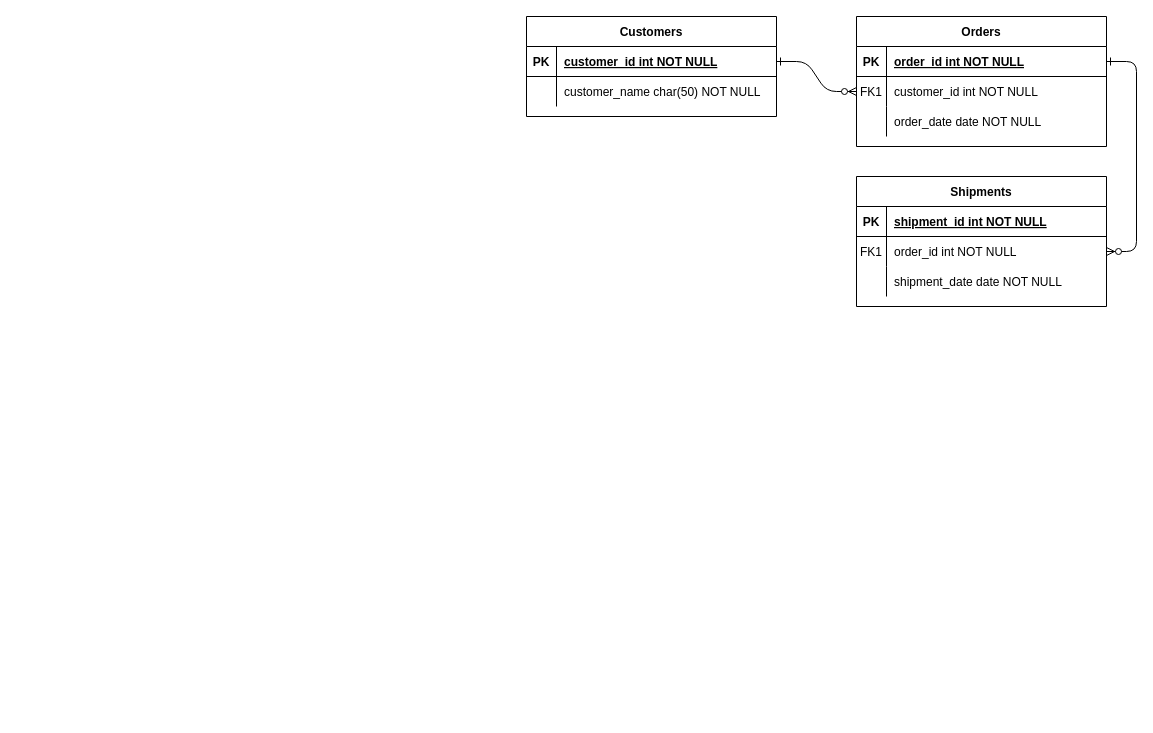
Before: Final_Project.drawio in machupichu412/SI564_ERDs, a draw.io diagram. Source tidied: cells renumbered, new cells numbered last; positions are measured from the earlier drawing's top-left corner, leaving out a move shared by most shapes. Both pictures are drawn from the tidied source at 100%, with x=0, y=0 at pixel (526, 16).
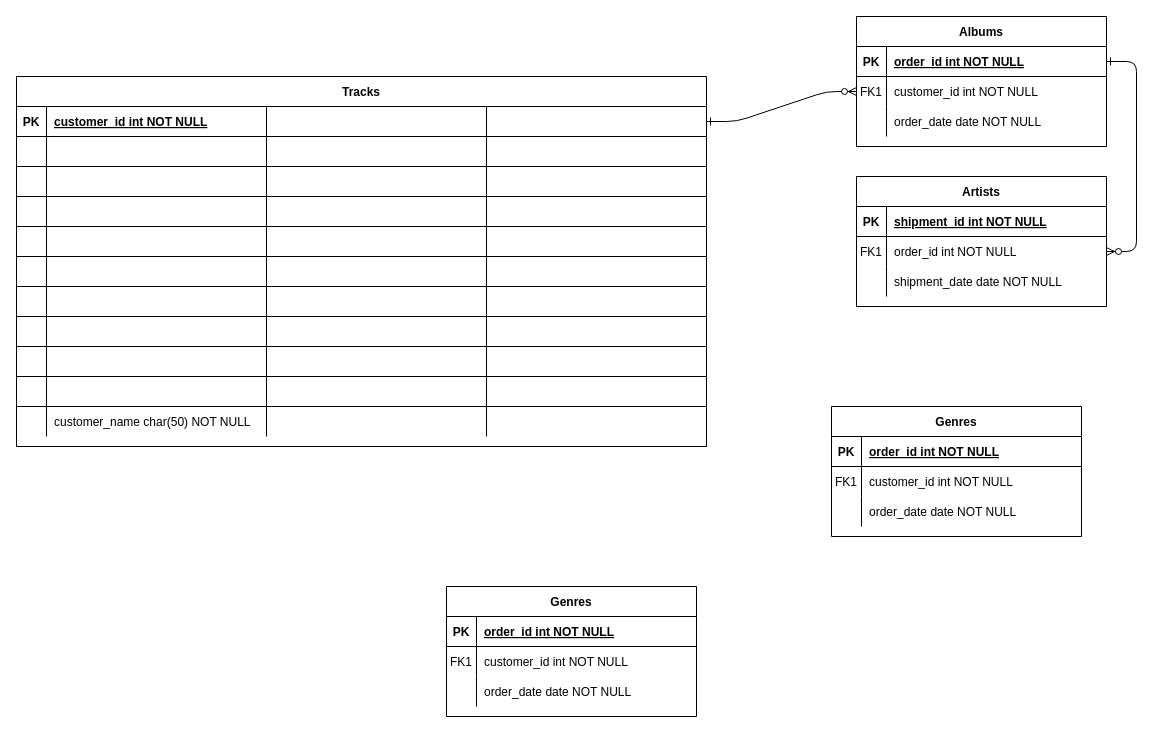
Above is the later version.

What changed in the source:
```diff
@@
-    <mxCell id="4" value="Orders" style="shape=table;startSize=30;childLayout=tableLayout;rowLines=0;fontStyle=1;align=center;" parent="1" vertex="1">
+    <mxCell id="4" value="Albums" style="shape=table;startSize=30;childLayout=tableLayout;rowLines=0;fontStyle=1;align=center;" parent="1" vertex="1">
       <mxGeometry x="330" width="250" height="130" as="geometry" />
     </mxCell>
@@
-    <mxCell id="14" value="Shipments" style="shape=table;startSize=30;childLayout=tableLayout;rowLines=0;fontStyle=1;align=center;" parent="1" vertex="1">
+    <mxCell id="14" value="Artists" style="shape=table;startSize=30;childLayout=tableLayout;rowLines=0;fontStyle=1;align=center;" parent="1" vertex="1">
       <mxGeometry x="330" y="160" width="250" height="130" as="geometry" />
     </mxCell>
@@
-    <mxCell id="24" value="Customers" style="shape=table;startSize=30;childLayout=tableLayout;rowLines=0;fontStyle=1;align=center;" parent="1" vertex="1">
-      <mxGeometry width="250" height="100" as="geometry" />
+    <mxCell id="24" value="Tracks" style="shape=table;startSize=30;childLayout=tableLayout;rowLines=0;fontStyle=1;align=center;" parent="1" vertex="1">
+      <mxGeometry x="-510" y="60" width="690" height="370" as="geometry" />
     </mxCell>
     <mxCell id="25" style="shape=partialRectangle;fillColor=none;points=[[0,0.5],[1,0.5]];portConstraint=eastwest;top=0;left=0;right=0;bottom=1;" parent="24" vertex="1">
-      <mxGeometry y="30" width="250" height="30" as="geometry" />
+      <mxGeometry y="30" width="690" height="30" as="geometry" />
     </mxCell>
@@
+    <mxCell id="31" style="shape=partialRectangle;overflow=hidden;fillColor=none;top=0;left=0;bottom=0;right=0;align=left;spacingLeft=6;fontStyle=5;" parent="25" vertex="1">
+      <mxGeometry x="250" width="220" height="30" as="geometry" />
+    </mxCell>
+    <mxCell id="32" style="shape=partialRectangle;overflow=hidden;fillColor=none;top=0;left=0;bottom=0;right=0;align=left;spacingLeft=6;fontStyle=5;" parent="25" vertex="1">
+      <mxGeometry x="470" width="220" height="30" as="geometry" />
+    </mxCell>
+    <mxCell id="33" style="shape=partialRectangle;fillColor=none;top=0;left=0;right=0;bottom=1;" parent="24" vertex="1">
+      <mxGeometry y="60" width="690" height="30" as="geometry" />
+    </mxCell>
+    <mxCell id="34" style="shape=partialRectangle;overflow=hidden;fillColor=none;top=0;left=0;bottom=0;right=0;fontStyle=1;" parent="33" vertex="1">
+      <mxGeometry width="30" height="30" as="geometry" />
+    </mxCell>
+    <mxCell id="35" style="shape=partialRectangle;overflow=hidden;fillColor=none;top=0;left=0;bottom=0;right=0;align=left;spacingLeft=6;fontStyle=5;" parent="33" vertex="1">
+      <mxGeometry x="30" width="220" height="30" as="geometry" />
+    </mxCell>
+    <mxCell id="36" style="shape=partialRectangle;overflow=hidden;fillColor=none;top=0;left=0;bottom=0;right=0;align=left;spacingLeft=6;fontStyle=5;" parent="33" vertex="1">
+      <mxGeometry x="250" width="220" height="30" as="geometry" />
+    </mxCell>
+    <mxCell id="37" style="shape=partialRectangle;overflow=hidden;fillColor=none;top=0;left=0;bottom=0;right=0;align=left;spacingLeft=6;fontStyle=5;" parent="33" vertex="1">
+      <mxGeometry x="470" width="220" height="30" as="geometry" />
+    </mxCell>
+    <mxCell id="38" style="shape=partialRectangle;fillColor=none;top=0;left=0;right=0;bottom=1;" parent="24" vertex="1">
+      <mxGeometry y="90" width="690" height="30" as="geometry" />
+    </mxCell>
+    <mxCell id="39" style="shape=partialRectangle;overflow=hidden;fillColor=none;top=0;left=0;bottom=0;right=0;fontStyle=1;" parent="38" vertex="1">
+      <mxGeometry width="30" height="30" as="geometry" />
+    </mxCell>
+    <mxCell id="40" style="shape=partialRectangle;overflow=hidden;fillColor=none;top=0;left=0;bottom=0;right=0;align=left;spacingLeft=6;fontStyle=5;" parent="38" vertex="1">
+      <mxGeometry x="30" width="220" height="30" as="geometry" />
+    </mxCell>
+    <mxCell id="41" style="shape=partialRectangle;overflow=hidden;fillColor=none;top=0;left=0;bottom=0;right=0;align=left;spacingLeft=6;fontStyle=5;" parent="38" vertex="1">
+      <mxGeometry x="250" width="220" height="30" as="geometry" />
+    </mxCell>
+    <mxCell id="42" style="shape=partialRectangle;overflow=hidden;fillColor=none;top=0;left=0;bottom=0;right=0;align=left;spacingLeft=6;fontStyle=5;" parent="38" vertex="1">
+      <mxGeometry x="470" width="220" height="30" as="geometry" />
+    </mxCell>
+    <mxCell id="43" style="shape=partialRectangle;fillColor=none;top=0;left=0;right=0;bottom=1;" parent="24" vertex="1">
+      <mxGeometry y="120" width="690" height="30" as="geometry" />
+    </mxCell>
+    <mxCell id="44" style="shape=partialRectangle;overflow=hidden;fillColor=none;top=0;left=0;bottom=0;right=0;fontStyle=1;" parent="43" vertex="1">
+      <mxGeometry width="30" height="30" as="geometry" />
+    </mxCell>
+    <mxCell id="45" style="shape=partialRectangle;overflow=hidden;fillColor=none;top=0;left=0;bottom=0;right=0;align=left;spacingLeft=6;fontStyle=5;" parent="43" vertex="1">
+      <mxGeometry x="30" width="220" height="30" as="geometry" />
+    </mxCell>
+    <mxCell id="46" style="shape=partialRectangle;overflow=hidden;fillColor=none;top=0;left=0;bottom=0;right=0;align=left;spacingLeft=6;fontStyle=5;" parent="43" vertex="1">
+      <mxGeometry x="250" width="220" height="30" as="geometry" />
+    </mxCell>
+    <mxCell id="47" style="shape=partialRectangle;overflow=hidden;fillColor=none;top=0;left=0;bottom=0;right=0;align=left;spacingLeft=6;fontStyle=5;" parent="43" vertex="1">
+      <mxGeometry x="470" width="220" height="30" as="geometry" />
+    </mxCell>
+    <mxCell id="48" style="shape=partialRectangle;fillColor=none;top=0;left=0;right=0;bottom=1;" parent="24" vertex="1">
+      <mxGeometry y="150" width="690" height="30" as="geometry" />
+    </mxCell>
+    <mxCell id="49" style="shape=partialRectangle;overflow=hidden;fillColor=none;top=0;left=0;bottom=0;right=0;fontStyle=1;" parent="48" vertex="1">
+      <mxGeometry width="30" height="30" as="geometry" />
+    </mxCell>
+    <mxCell id="50" style="shape=partialRectangle;overflow=hidden;fillColor=none;top=0;left=0;bottom=0;right=0;align=left;spacingLeft=6;fontStyle=5;" parent="48" vertex="1">
+      <mxGeometry x="30" width="220" height="30" as="geometry" />
+    </mxCell>
+    <mxCell id="51" style="shape=partialRectangle;overflow=hidden;fillColor=none;top=0;left=0;bottom=0;right=0;align=left;spacingLeft=6;fontStyle=5;" parent="48" vertex="1">
+      <mxGeometry x="250" width="220" height="30" as="geometry" />
+    </mxCell>
+    <mxCell id="52" style="shape=partialRectangle;overflow=hidden;fillColor=none;top=0;left=0;bottom=0;right=0;align=left;spacingLeft=6;fontStyle=5;" parent="48" vertex="1">
+      <mxGeometry x="470" width="220" height="30" as="geometry" />
+    </mxCell>
+    <mxCell id="53" style="shape=partialRectangle;fillColor=none;top=0;left=0;right=0;bottom=1;" parent="24" vertex="1">
+      <mxGeometry y="180" width="690" height="30" as="geometry" />
+    </mxCell>
+    <mxCell id="54" style="shape=partialRectangle;overflow=hidden;fillColor=none;top=0;left=0;bottom=0;right=0;fontStyle=1;" parent="53" vertex="1">
+      <mxGeometry width="30" height="30" as="geometry" />
+    </mxCell>
+    <mxCell id="55" style="shape=partialRectangle;overflow=hidden;fillColor=none;top=0;left=0;bottom=0;right=0;align=left;spacingLeft=6;fontStyle=5;" parent="53" vertex="1">
+      <mxGeometry x="30" width="220" height="30" as="geometry" />
+    </mxCell>
+    <mxCell id="56" style="shape=partialRectangle;overflow=hidden;fillColor=none;top=0;left=0;bottom=0;right=0;align=left;spacingLeft=6;fontStyle=5;" parent="53" vertex="1">
+      <mxGeometry x="250" width="220" height="30" as="geometry" />
+    </mxCell>
+    <mxCell id="57" style="shape=partialRectangle;overflow=hidden;fillColor=none;top=0;left=0;bottom=0;right=0;align=left;spacingLeft=6;fontStyle=5;" parent="53" vertex="1">
+      <mxGeometry x="470" width="220" height="30" as="geometry" />
+    </mxCell>
+    <mxCell id="58" style="shape=partialRectangle;fillColor=none;top=0;left=0;right=0;bottom=1;" parent="24" vertex="1">
+      <mxGeometry y="210" width="690" height="30" as="geometry" />
+    </mxCell>
+    <mxCell id="59" style="shape=partialRectangle;overflow=hidden;fillColor=none;top=0;left=0;bottom=0;right=0;fontStyle=1;" parent="58" vertex="1">
+      <mxGeometry width="30" height="30" as="geometry" />
+    </mxCell>
+    <mxCell id="60" style="shape=partialRectangle;overflow=hidden;fillColor=none;top=0;left=0;bottom=0;right=0;align=left;spacingLeft=6;fontStyle=5;" parent="58" vertex="1">
+      <mxGeometry x="30" width="220" height="30" as="geometry" />
+    </mxCell>
+    <mxCell id="61" style="shape=partialRectangle;overflow=hidden;fillColor=none;top=0;left=0;bottom=0;right=0;align=left;spacingLeft=6;fontStyle=5;" parent="58" vertex="1">
+      <mxGeometry x="250" width="220" height="30" as="geometry" />
+    </mxCell>
+    <mxCell id="62" style="shape=partialRectangle;overflow=hidden;fillColor=none;top=0;left=0;bottom=0;right=0;align=left;spacingLeft=6;fontStyle=5;" parent="58" vertex="1">
+      <mxGeometry x="470" width="220" height="30" as="geometry" />
+    </mxCell>
+    <mxCell id="63" style="shape=partialRectangle;fillColor=none;top=0;left=0;right=0;bottom=1;" parent="24" vertex="1">
+      <mxGeometry y="240" width="690" height="30" as="geometry" />
+    </mxCell>
+    <mxCell id="64" style="shape=partialRectangle;overflow=hidden;fillColor=none;top=0;left=0;bottom=0;right=0;fontStyle=1;" parent="63" vertex="1">
+      <mxGeometry width="30" height="30" as="geometry" />
+    </mxCell>
+    <mxCell id="65" style="shape=partialRectangle;overflow=hidden;fillColor=none;top=0;left=0;bottom=0;right=0;align=left;spacingLeft=6;fontStyle=5;" parent="63" vertex="1">
+      <mxGeometry x="30" width="220" height="30" as="geometry" />
+    </mxCell>
+    <mxCell id="66" style="shape=partialRectangle;overflow=hidden;fillColor=none;top=0;left=0;bottom=0;right=0;align=left;spacingLeft=6;fontStyle=5;" parent="63" vertex="1">
+      <mxGeometry x="250" width="220" height="30" as="geometry" />
+    </mxCell>
+    <mxCell id="67" style="shape=partialRectangle;overflow=hidden;fillColor=none;top=0;left=0;bottom=0;right=0;align=left;spacingLeft=6;fontStyle=5;" parent="63" vertex="1">
+      <mxGeometry x="470" width="220" height="30" as="geometry" />
+    </mxCell>
+    <mxCell id="68" style="shape=partialRectangle;fillColor=none;top=0;left=0;right=0;bottom=1;" parent="24" vertex="1">
+      <mxGeometry y="270" width="690" height="30" as="geometry" />
+    </mxCell>
+    <mxCell id="69" style="shape=partialRectangle;overflow=hidden;fillColor=none;top=0;left=0;bottom=0;right=0;fontStyle=1;" parent="68" vertex="1">
+      <mxGeometry width="30" height="30" as="geometry" />
+    </mxCell>
+    <mxCell id="70" style="shape=partialRectangle;overflow=hidden;fillColor=none;top=0;left=0;bottom=0;right=0;align=left;spacingLeft=6;fontStyle=5;" parent="68" vertex="1">
+      <mxGeometry x="30" width="220" height="30" as="geometry" />
+    </mxCell>
+    <mxCell id="71" style="shape=partialRectangle;overflow=hidden;fillColor=none;top=0;left=0;bottom=0;right=0;align=left;spacingLeft=6;fontStyle=5;" parent="68" vertex="1">
+      <mxGeometry x="250" width="220" height="30" as="geometry" />
+    </mxCell>
+    <mxCell id="72" style="shape=partialRectangle;overflow=hidden;fillColor=none;top=0;left=0;bottom=0;right=0;align=left;spacingLeft=6;fontStyle=5;" parent="68" vertex="1">
+      <mxGeometry x="470" width="220" height="30" as="geometry" />
+    </mxCell>
+    <mxCell id="73" style="shape=partialRectangle;fillColor=none;top=0;left=0;right=0;bottom=1;" parent="24" vertex="1">
+      <mxGeometry y="300" width="690" height="30" as="geometry" />
+    </mxCell>
+    <mxCell id="74" style="shape=partialRectangle;overflow=hidden;fillColor=none;top=0;left=0;bottom=0;right=0;fontStyle=1;" parent="73" vertex="1">
+      <mxGeometry width="30" height="30" as="geometry" />
+    </mxCell>
+    <mxCell id="75" style="shape=partialRectangle;overflow=hidden;fillColor=none;top=0;left=0;bottom=0;right=0;align=left;spacingLeft=6;fontStyle=5;" parent="73" vertex="1">
+      <mxGeometry x="30" width="220" height="30" as="geometry" />
+    </mxCell>
+    <mxCell id="76" style="shape=partialRectangle;overflow=hidden;fillColor=none;top=0;left=0;bottom=0;right=0;align=left;spacingLeft=6;fontStyle=5;" parent="73" vertex="1">
+      <mxGeometry x="250" width="220" height="30" as="geometry" />
+    </mxCell>
+    <mxCell id="77" style="shape=partialRectangle;overflow=hidden;fillColor=none;top=0;left=0;bottom=0;right=0;align=left;spacingLeft=6;fontStyle=5;" parent="73" vertex="1">
+      <mxGeometry x="470" width="220" height="30" as="geometry" />
+    </mxCell>
     <mxCell id="28" style="shape=partialRectangle;fillColor=none;top=0;left=0;right=0;bottom=0;" parent="24" vertex="1">
-      <mxGeometry y="60" width="250" height="30" as="geometry" />
+      <mxGeometry y="330" width="690" height="30" as="geometry" />
     </mxCell>
@@
+    <mxCell id="78" style="shape=partialRectangle;overflow=hidden;fillColor=none;top=0;left=0;bottom=0;right=0;align=left;spacingLeft=6;" parent="28" vertex="1">
+      <mxGeometry x="250" width="220" height="30" as="geometry" />
+    </mxCell>
+    <mxCell id="79" style="shape=partialRectangle;overflow=hidden;fillColor=none;top=0;left=0;bottom=0;right=0;align=left;spacingLeft=6;" parent="28" vertex="1">
+      <mxGeometry x="470" width="220" height="30" as="geometry" />
+    </mxCell>
+    <mxCell id="80" value="Genres" style="shape=table;startSize=30;childLayout=tableLayout;rowLines=0;fontStyle=1;align=center;" parent="1" vertex="1">
+      <mxGeometry x="305" y="390" width="250" height="130" as="geometry" />
+    </mxCell>
+    <mxCell id="81" style="shape=partialRectangle;fillColor=none;top=0;left=0;right=0;bottom=1;" parent="80" vertex="1">
+      <mxGeometry y="30" width="250" height="30" as="geometry" />
+    </mxCell>
+    <mxCell id="82" value="PK" style="shape=partialRectangle;overflow=hidden;fillColor=none;top=0;left=0;bottom=0;right=0;fontStyle=1;" parent="81" vertex="1">
+      <mxGeometry width="30" height="30" as="geometry" />
+    </mxCell>
+    <mxCell id="83" value="order_id int NOT NULL " style="shape=partialRectangle;overflow=hidden;fillColor=none;top=0;left=0;bottom=0;right=0;align=left;spacingLeft=6;fontStyle=5;" parent="81" vertex="1">
+      <mxGeometry x="30" width="220" height="30" as="geometry" />
+    </mxCell>
+    <mxCell id="84" style="shape=partialRectangle;fillColor=none;top=0;left=0;right=0;bottom=0;" parent="80" vertex="1">
+      <mxGeometry y="60" width="250" height="30" as="geometry" />
+    </mxCell>
+    <mxCell id="85" value="FK1" style="shape=partialRectangle;overflow=hidden;fillColor=none;top=0;left=0;bottom=0;right=0;" parent="84" vertex="1">
+      <mxGeometry width="30" height="30" as="geometry" />
+    </mxCell>
+    <mxCell id="86" value="customer_id int NOT NULL" style="shape=partialRectangle;overflow=hidden;fillColor=none;top=0;left=0;bottom=0;right=0;align=left;spacingLeft=6;" parent="84" vertex="1">
+      <mxGeometry x="30" width="220" height="30" as="geometry" />
+    </mxCell>
+    <mxCell id="87" style="shape=partialRectangle;fillColor=none;top=0;left=0;right=0;bottom=0;" parent="80" vertex="1">
+      <mxGeometry y="90" width="250" height="30" as="geometry" />
+    </mxCell>
+    <mxCell id="88" style="shape=partialRectangle;overflow=hidden;fillColor=none;top=0;left=0;bottom=0;right=0;" parent="87" vertex="1">
+      <mxGeometry width="30" height="30" as="geometry" />
+    </mxCell>
+    <mxCell id="89" value="order_date date NOT NULL" style="shape=partialRectangle;overflow=hidden;fillColor=none;top=0;left=0;bottom=0;right=0;align=left;spacingLeft=6;" parent="87" vertex="1">
+      <mxGeometry x="30" width="220" height="30" as="geometry" />
+    </mxCell>
+    <mxCell id="90" value="Genres" style="shape=table;startSize=30;childLayout=tableLayout;rowLines=0;fontStyle=1;align=center;" parent="1" vertex="1">
+      <mxGeometry x="-80" y="570" width="250" height="130" as="geometry" />
+    </mxCell>
+    <mxCell id="91" style="shape=partialRectangle;fillColor=none;top=0;left=0;right=0;bottom=1;" parent="90" vertex="1">
+      <mxGeometry y="30" width="250" height="30" as="geometry" />
+    </mxCell>
+    <mxCell id="92" value="PK" style="shape=partialRectangle;overflow=hidden;fillColor=none;top=0;left=0;bottom=0;right=0;fontStyle=1;" parent="91" vertex="1">
+      <mxGeometry width="30" height="30" as="geometry" />
+    </mxCell>
+    <mxCell id="93" value="order_id int NOT NULL " style="shape=partialRectangle;overflow=hidden;fillColor=none;top=0;left=0;bottom=0;right=0;align=left;spacingLeft=6;fontStyle=5;" parent="91" vertex="1">
+      <mxGeometry x="30" width="220" height="30" as="geometry" />
+    </mxCell>
+    <mxCell id="94" style="shape=partialRectangle;fillColor=none;top=0;left=0;right=0;bottom=0;" parent="90" vertex="1">
+      <mxGeometry y="60" width="250" height="30" as="geometry" />
+    </mxCell>
+    <mxCell id="95" value="FK1" style="shape=partialRectangle;overflow=hidden;fillColor=none;top=0;left=0;bottom=0;right=0;" parent="94" vertex="1">
+      <mxGeometry width="30" height="30" as="geometry" />
+    </mxCell>
+    <mxCell id="96" value="customer_id int NOT NULL" style="shape=partialRectangle;overflow=hidden;fillColor=none;top=0;left=0;bottom=0;right=0;align=left;spacingLeft=6;" parent="94" vertex="1">
+      <mxGeometry x="30" width="220" height="30" as="geometry" />
+    </mxCell>
+    <mxCell id="97" style="shape=partialRectangle;fillColor=none;top=0;left=0;right=0;bottom=0;" parent="90" vertex="1">
+      <mxGeometry y="90" width="250" height="30" as="geometry" />
+    </mxCell>
+    <mxCell id="98" style="shape=partialRectangle;overflow=hidden;fillColor=none;top=0;left=0;bottom=0;right=0;" parent="97" vertex="1">
+      <mxGeometry width="30" height="30" as="geometry" />
+    </mxCell>
+    <mxCell id="99" value="order_date date NOT NULL" style="shape=partialRectangle;overflow=hidden;fillColor=none;top=0;left=0;bottom=0;right=0;align=left;spacingLeft=6;" parent="97" vertex="1">
+      <mxGeometry x="30" width="220" height="30" as="geometry" />
+    </mxCell>
```
